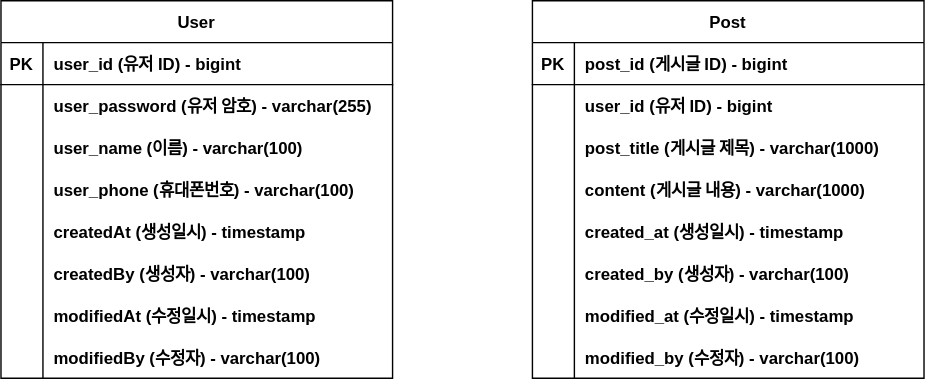
wlsdnr658/trade-demo keeps this draw.io diagram as Document/trade-demo-erd.svg. Above is the earlier version. Source tidied: cells renumbered, new cells last; positions are measured from the earlier drawing's top-left corner, leaving out a move shared by most shapes.
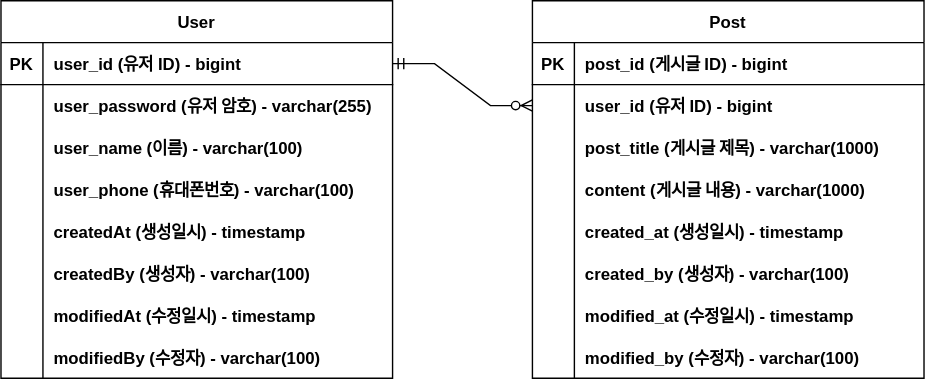
After the commit.

Change to the diagram source:
```diff
@@ -152,5 +152,8 @@
     <mxCell id="51" value="modifiedBy (수정자) - varchar(100)" style="shape=partialRectangle;overflow=hidden;fillColor=none;top=0;left=0;bottom=0;right=0;align=left;spacingLeft=6;fontStyle=1;" parent="49" vertex="1">
       <mxGeometry x="30" width="250" height="30" as="geometry" />
     </mxCell>
+    <mxCell id="52" style="edgeStyle=entityRelationEdgeStyle;fontSize=12;html=1;endArrow=ERzeroToMany;startArrow=ERmandOne;rounded=0;exitX=1;exitY=0.5;exitDx=0;exitDy=0;entryX=0;entryY=0.5;entryDx=0;entryDy=0;" parent="1" edge="1" source="28" target="6">
+      <mxGeometry relative="1" as="geometry" />
+    </mxCell>
   </root>
 </mxGraphModel>
```
